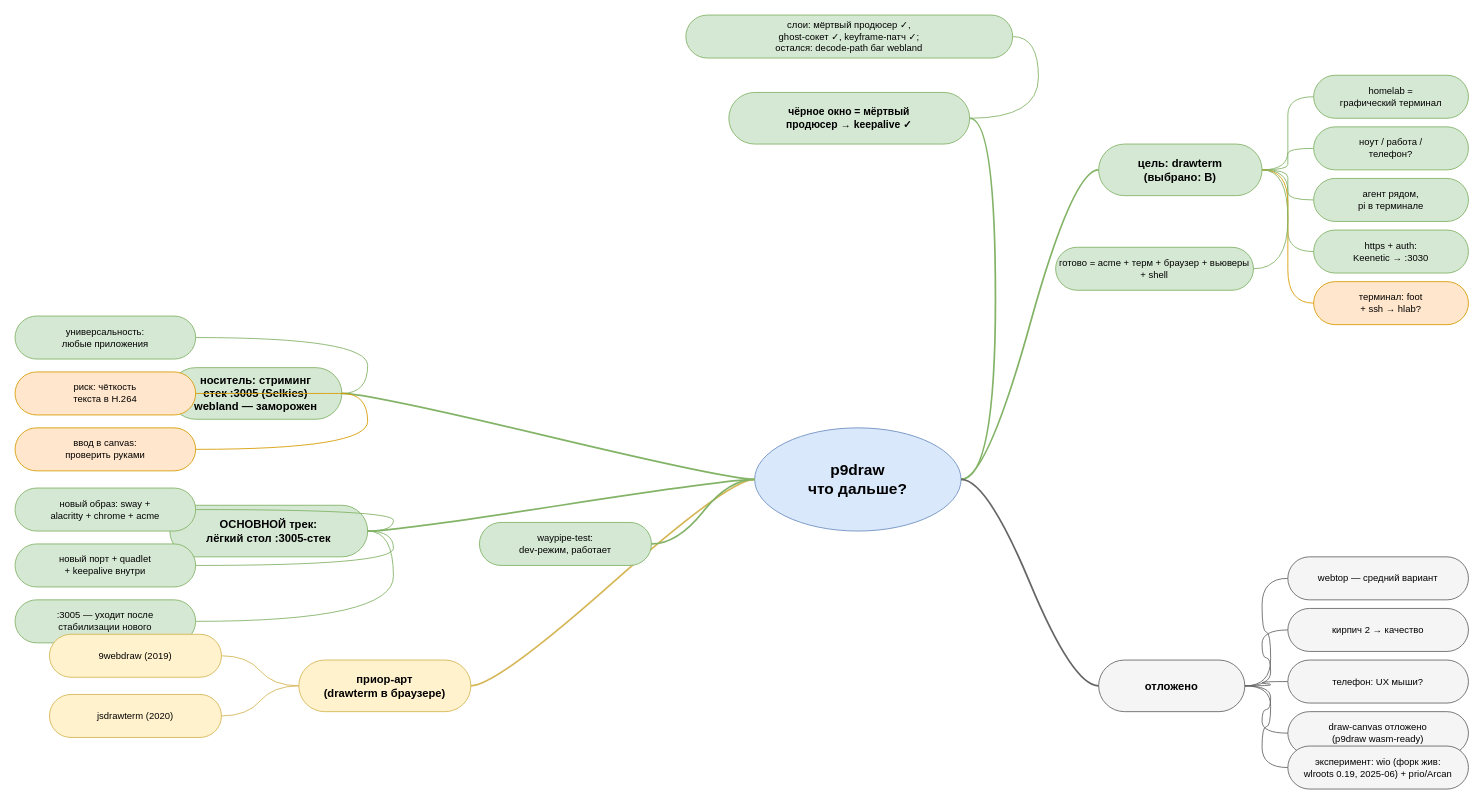
This is docs/grill/p9draw-plan.drawio from e4779/p9draw, a draw.io file, before an edit. Source tidied: cells renumbered, new cells numbered last; positions are measured from the earlier drawing's top-left corner, leaving out a move shared by most shapes. Both pictures are drawn from the tidied source at 86%, with x=0, y=0 at pixel (15, 15).
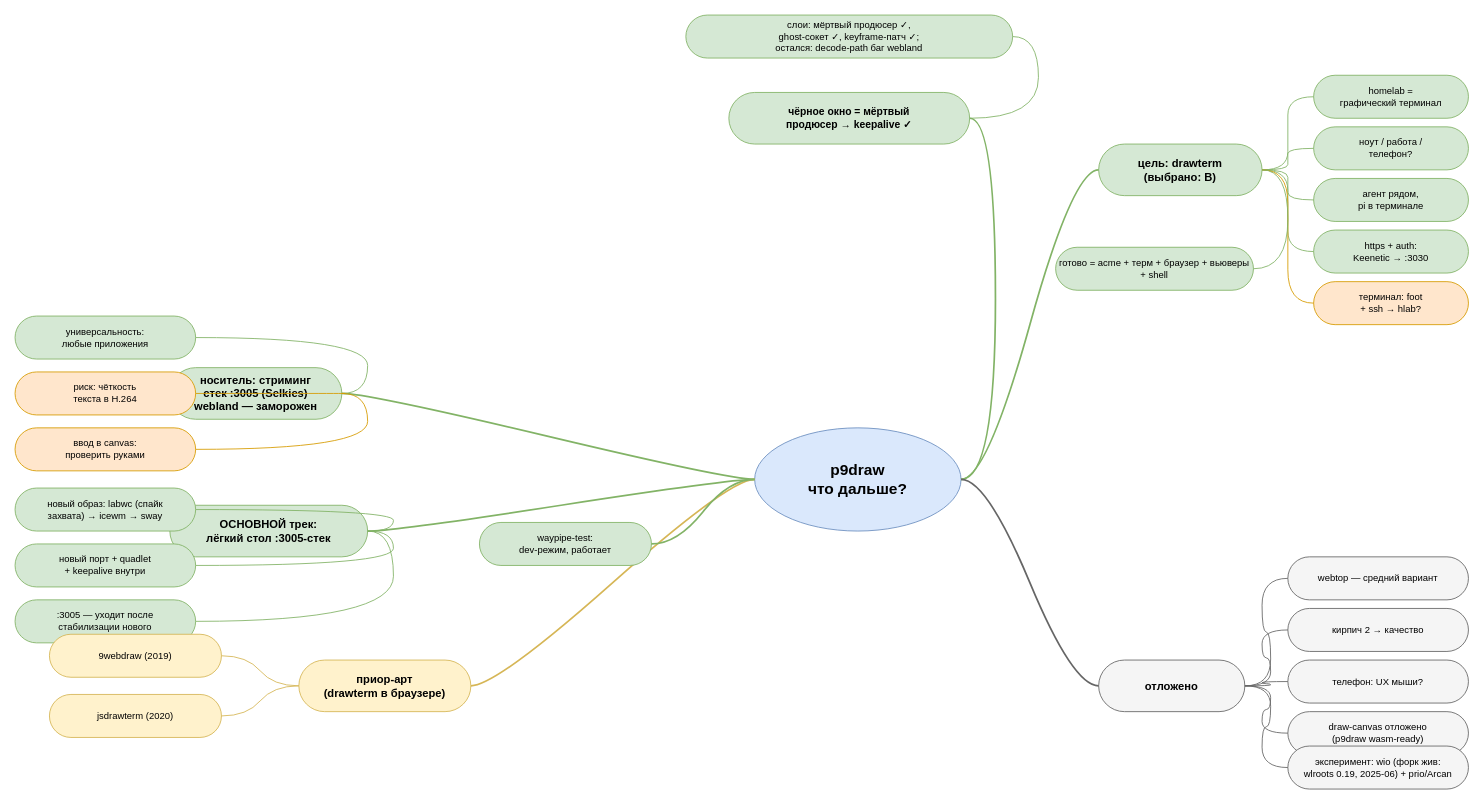
The same diagram, later.

Commit message:
docs(grill): session candidate ladder — labwc (capture spike) → icewm → sway

The edit, as a diff of the source:
```diff
@@
-    <mxCell id="17" value="новый образ: sway +&#10;alacritty + chrome + acme" style="rounded=1;arcSize=50;whiteSpace=wrap;html=1;fillColor=#d5e8d4;strokeColor=#82b366;fontSize=11;" parent="1" vertex="1">
+    <mxCell id="17" value="новый образ: labwc (спайк&#10;захвата) → icewm → sway" style="rounded=1;arcSize=50;whiteSpace=wrap;html=1;fillColor=#d5e8d4;strokeColor=#82b366;fontSize=11;" parent="1" vertex="1">
       <mxGeometry y="550" width="210" height="50" as="geometry" />
     </mxCell>
```
